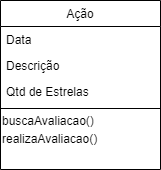
Earlier version of the draw.io export dealbroker/classes/diagrama-classe.png (milenatteixeira/stockfei). Source tidied: cells renumbered, new cells last; positions are measured from the earlier drawing's top-left corner, leaving out a move shared by most shapes.
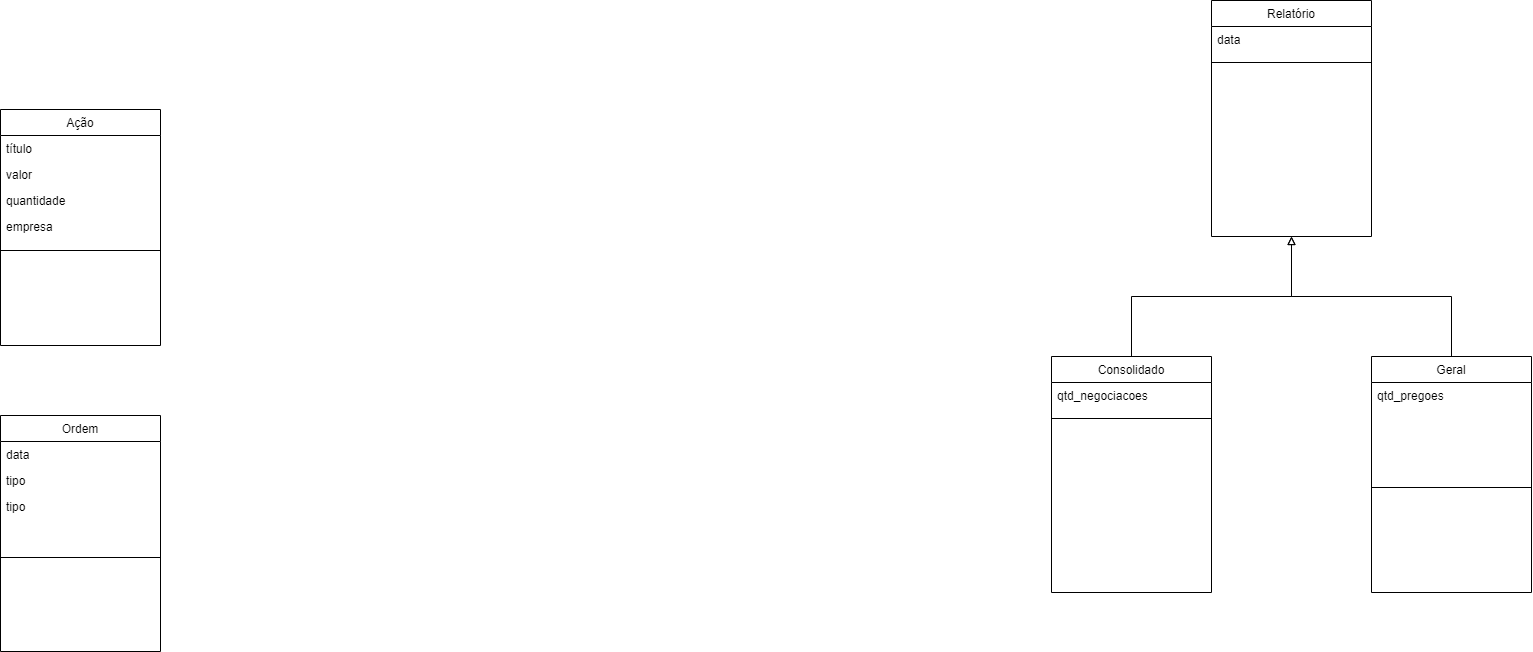
After the commit.

Diff of the diagram source:
```diff
@@ -2,26 +2,86 @@
   <root>
     <mxCell id="0" />
     <mxCell id="1" parent="0" />
-    <mxCell id="2" value="Ação" style="swimlane;fontStyle=0;align=center;verticalAlign=top;horizontal=1;startSize=26;rounded=0;shadow=0;strokeWidth=1;" parent="1" vertex="1">
-      <mxGeometry width="160" height="169" as="geometry" />
+    <mxCell id="2" value="Ação" style="swimlane;fontStyle=0;align=center;verticalAlign=top;horizontal=1;startSize=26;rounded=0;shadow=0;strokeWidth=1;strokeColor=default;" parent="1" vertex="1">
+      <mxGeometry width="160" height="236" as="geometry" />
     </mxCell>
-    <mxCell id="3" value="Data" style="text;align=left;verticalAlign=top;spacingLeft=4;spacingRight=4;overflow=hidden;" parent="2" vertex="1">
+    <mxCell id="3" value="título" style="text;align=left;verticalAlign=top;spacingLeft=4;spacingRight=4;overflow=hidden;" parent="2" vertex="1">
       <mxGeometry y="26" width="160" height="26" as="geometry" />
     </mxCell>
-    <mxCell id="4" value="Descrição" style="text;align=left;verticalAlign=top;spacingLeft=4;spacingRight=4;overflow=hidden;rounded=0;shadow=0;html=0;" parent="2" vertex="1">
+    <mxCell id="4" value="valor" style="text;align=left;verticalAlign=top;spacingLeft=4;spacingRight=4;overflow=hidden;rounded=0;shadow=0;html=0;" parent="2" vertex="1">
       <mxGeometry y="52" width="160" height="26" as="geometry" />
     </mxCell>
-    <mxCell id="5" value="Qtd de Estrelas" style="text;align=left;verticalAlign=top;spacingLeft=4;spacingRight=4;overflow=hidden;rounded=0;shadow=0;html=0;" parent="2" vertex="1">
+    <mxCell id="5" value="quantidade&#10;" style="text;align=left;verticalAlign=top;spacingLeft=4;spacingRight=4;overflow=hidden;rounded=0;shadow=0;html=0;" parent="2" vertex="1">
       <mxGeometry y="78" width="160" height="26" as="geometry" />
     </mxCell>
-    <mxCell id="6" style="line;html=1;strokeWidth=1;align=left;verticalAlign=middle;spacingTop=-1;spacingLeft=3;spacingRight=3;labelPosition=right;" parent="2" vertex="1">
-      <mxGeometry y="104" width="160" height="8" as="geometry" />
-    </mxCell>
-    <mxCell id="7" value="buscaAvaliacao()" style="text;html=1;align=left;verticalAlign=middle;strokeColor=none;fillColor=none;" parent="2" vertex="1">
-      <mxGeometry y="112" width="160" height="18" as="geometry" />
-    </mxCell>
-    <mxCell id="8" value="realizaAvaliacao()" style="text;html=1;align=left;verticalAlign=middle;strokeColor=none;fillColor=none;" parent="2" vertex="1">
-      <mxGeometry y="130" width="160" height="18" as="geometry" />
-    </mxCell>
+    <mxCell id="9" value="empresa" style="text;align=left;verticalAlign=top;spacingLeft=4;spacingRight=4;overflow=hidden;rounded=0;shadow=0;html=0;" parent="2" vertex="1">
+      <mxGeometry y="104" width="160" height="26" as="geometry" />
+    </mxCell>
+    <mxCell id="10" style="endArrow=none;html=1;rounded=0;" parent="1" edge="1">
+      <mxGeometry relative="1" as="geometry">
+        <mxPoint y="141" as="sourcePoint" />
+        <mxPoint x="160" y="141" as="targetPoint" />
+      </mxGeometry>
+    </mxCell>
+    <mxCell id="11" value="Relatório" style="swimlane;fontStyle=0;align=center;verticalAlign=top;horizontal=1;startSize=26;rounded=0;shadow=0;strokeWidth=1;strokeColor=default;" parent="1" vertex="1">
+      <mxGeometry x="1211" y="-109" width="160" height="236" as="geometry" />
+    </mxCell>
+    <mxCell id="12" value="data" style="text;align=left;verticalAlign=top;spacingLeft=4;spacingRight=4;overflow=hidden;rounded=0;shadow=0;html=0;" parent="11" vertex="1">
+      <mxGeometry y="26" width="160" height="26" as="geometry" />
+    </mxCell>
+    <mxCell id="13" style="endArrow=none;html=1;rounded=0;" parent="11" edge="1">
+      <mxGeometry relative="1" as="geometry">
+        <mxPoint y="62" as="sourcePoint" />
+        <mxPoint x="160" y="62" as="targetPoint" />
+      </mxGeometry>
+    </mxCell>
+    <mxCell id="14" style="edgeStyle=orthogonalEdgeStyle;rounded=0;jettySize=auto;html=1;entryX=0.5;entryY=1;entryDx=0;entryDy=0;endArrow=block;endFill=0;" parent="1" edge="1" source="15" target="11">
+      <mxGeometry relative="1" as="geometry" />
+    </mxCell>
+    <mxCell id="15" value="Consolidado" style="swimlane;fontStyle=0;align=center;verticalAlign=top;horizontal=1;startSize=26;rounded=0;shadow=0;strokeWidth=1;strokeColor=default;" parent="1" vertex="1">
+      <mxGeometry x="1051" y="247" width="160" height="236" as="geometry" />
+    </mxCell>
+    <mxCell id="16" value="qtd_negociacoes" style="text;align=left;verticalAlign=top;spacingLeft=4;spacingRight=4;overflow=hidden;rounded=0;shadow=0;html=0;" parent="15" vertex="1">
+      <mxGeometry y="26" width="160" height="26" as="geometry" />
+    </mxCell>
+    <mxCell id="17" style="endArrow=none;html=1;rounded=0;" parent="15" edge="1">
+      <mxGeometry relative="1" as="geometry">
+        <mxPoint y="62" as="sourcePoint" />
+        <mxPoint x="160" y="62" as="targetPoint" />
+      </mxGeometry>
+    </mxCell>
+    <mxCell id="18" style="edgeStyle=orthogonalEdgeStyle;rounded=0;jettySize=auto;html=1;entryX=0.5;entryY=1;entryDx=0;entryDy=0;endArrow=block;endFill=0;" parent="1" edge="1" source="19" target="11">
+      <mxGeometry relative="1" as="geometry" />
+    </mxCell>
+    <mxCell id="19" value="Geral" style="swimlane;fontStyle=0;align=center;verticalAlign=top;horizontal=1;startSize=26;rounded=0;shadow=0;strokeWidth=1;strokeColor=default;" parent="1" vertex="1">
+      <mxGeometry x="1371" y="247" width="160" height="236" as="geometry" />
+    </mxCell>
+    <mxCell id="20" value="qtd_pregoes" style="text;align=left;verticalAlign=top;spacingLeft=4;spacingRight=4;overflow=hidden;rounded=0;shadow=0;html=0;" parent="19" vertex="1">
+      <mxGeometry y="26" width="160" height="26" as="geometry" />
+    </mxCell>
+    <mxCell id="21" style="endArrow=none;html=1;rounded=0;" parent="19" edge="1">
+      <mxGeometry relative="1" as="geometry">
+        <mxPoint y="131" as="sourcePoint" />
+        <mxPoint x="160" y="131" as="targetPoint" />
+      </mxGeometry>
+    </mxCell>
+    <mxCell id="22" value="Ordem" style="swimlane;fontStyle=0;align=center;verticalAlign=top;horizontal=1;startSize=26;rounded=0;shadow=0;strokeWidth=1;strokeColor=default;" parent="1" vertex="1">
+      <mxGeometry y="306" width="160" height="236" as="geometry" />
+    </mxCell>
+    <mxCell id="23" value="data" style="text;align=left;verticalAlign=top;spacingLeft=4;spacingRight=4;overflow=hidden;rounded=0;shadow=0;html=0;" parent="22" vertex="1">
+      <mxGeometry y="26" width="160" height="26" as="geometry" />
+    </mxCell>
+    <mxCell id="24" style="endArrow=none;html=1;rounded=0;" parent="22" edge="1">
+      <mxGeometry relative="1" as="geometry">
+        <mxPoint y="142" as="sourcePoint" />
+        <mxPoint x="160" y="142" as="targetPoint" />
+      </mxGeometry>
+    </mxCell>
+    <mxCell id="25" value="tipo" style="text;align=left;verticalAlign=top;spacingLeft=4;spacingRight=4;overflow=hidden;rounded=0;shadow=0;html=0;" parent="22" vertex="1">
+      <mxGeometry y="52" width="160" height="26" as="geometry" />
+    </mxCell>
+    <mxCell id="26" value="tipo" style="text;align=left;verticalAlign=top;spacingLeft=4;spacingRight=4;overflow=hidden;rounded=0;shadow=0;html=0;" parent="22" vertex="1">
+      <mxGeometry y="78" width="160" height="26" as="geometry" />
+    </mxCell>
   </root>
 </mxGraphModel>
```
